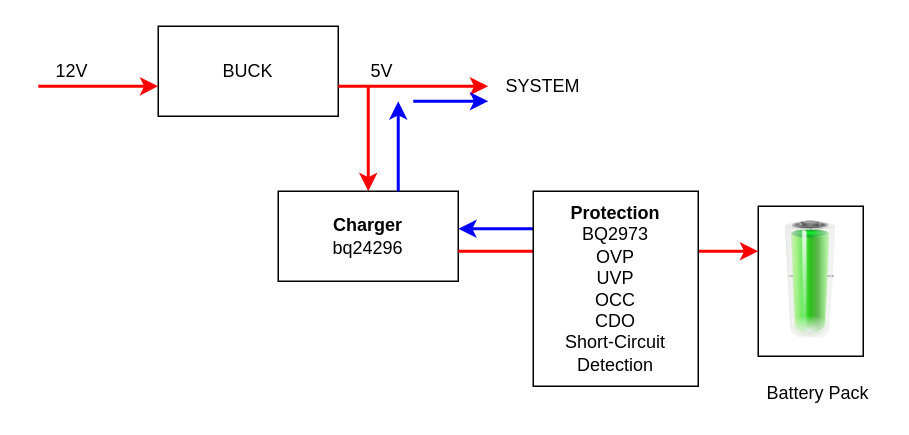
anhvanthe/01_my_drawio keeps this draw.io diagram as BAT.drawio. Above is the earlier version. Source tidied: cells renumbered, new cells numbered last; positions are measured from the earlier drawing's top-left corner, leaving out a move shared by most shapes. Both pictures are drawn from the tidied source at 150%, with x=0, y=0 at pixel (38, 26).
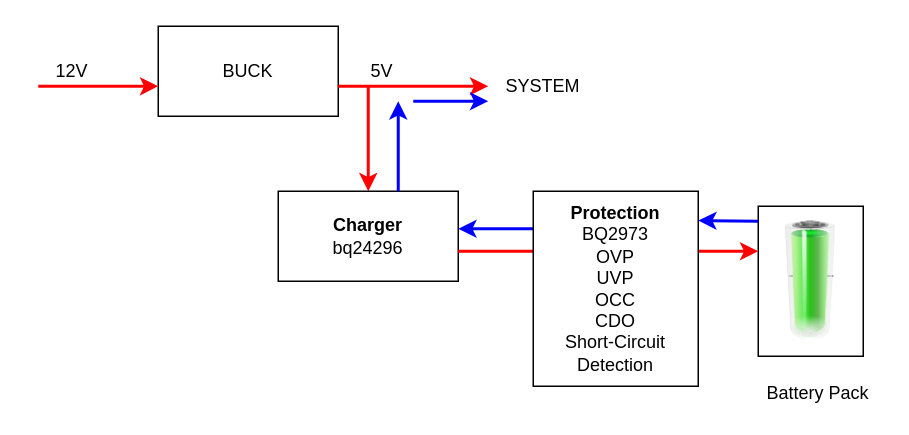
The same page after the edit.

Change to the diagram source:
```diff
@@
+    <mxCell id="19" style="endArrow=classic;html=1;entryX=0;entryY=0.25;entryDx=0;entryDy=0;strokeColor=#0000FF;jumpSize=6;strokeWidth=2;" parent="1" edge="1">
+      <mxGeometry relative="1" as="geometry">
+        <mxPoint x="480" y="130" as="sourcePoint" />
+        <mxPoint x="440" y="129.5" as="targetPoint" />
+      </mxGeometry>
+    </mxCell>
```
